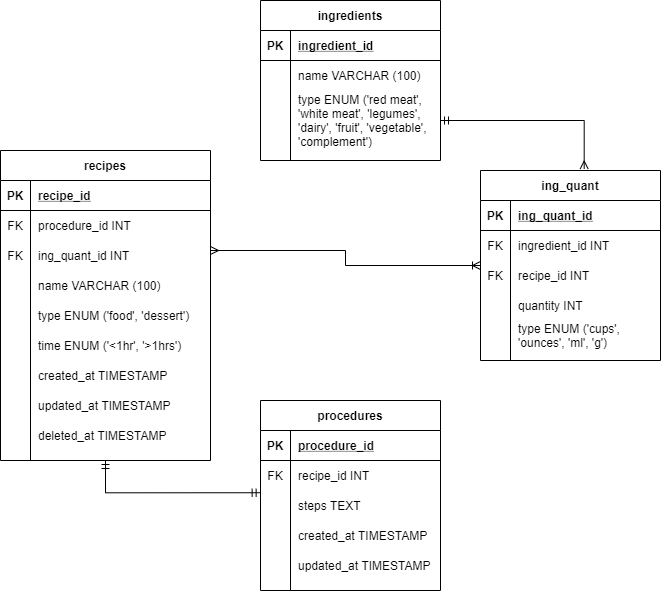
Earlier version of the draw.io export cookipies.png (Integradora-bis/Diagram). Source tidied: cells renumbered, new cells last; positions are measured from the earlier drawing's top-left corner, leaving out a move shared by most shapes.
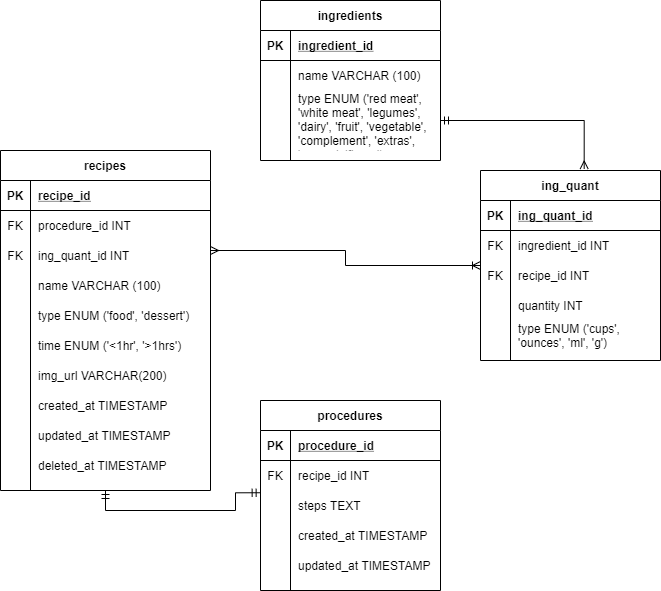
The same diagram one commit later.

Change to the diagram source:
```diff
@@ -59,7 +59,7 @@
       <mxGeometry relative="1" as="geometry" />
     </mxCell>
     <mxCell id="20" value="recipes" style="shape=table;startSize=30;rowLines=0;fontStyle=1;align=center;" parent="1" vertex="1">
-      <mxGeometry y="150" width="210" height="310" as="geometry" />
+      <mxGeometry y="150" width="210" height="340" as="geometry" />
     </mxCell>
     <mxCell id="21" style="shape=partialRectangle;fillColor=none;top=0;left=0;bottom=1;right=0;" parent="20" vertex="1">
       <mxGeometry y="30" width="210" height="30" as="geometry" />
@@ -115,8 +115,17 @@
     <mxCell id="38" value="time ENUM ('&lt;1hr', '&gt;1hrs')" style="shape=partialRectangle;fillColor=none;top=0;left=0;bottom=0;right=0;align=left;spacingLeft=6;overflow=hidden;" parent="36" vertex="1">
       <mxGeometry x="30" width="180" height="30" as="geometry" />
     </mxCell>
+    <mxCell id="75" style="shape=partialRectangle;fillColor=none;top=0;left=0;bottom=0;right=0;" parent="20" vertex="1">
+      <mxGeometry y="210" width="210" height="30" as="geometry" />
+    </mxCell>
+    <mxCell id="76" style="shape=partialRectangle;fillColor=none;top=0;left=0;bottom=0;right=0;overflow=hidden;" parent="75" vertex="1">
+      <mxGeometry width="30" height="30" as="geometry" />
+    </mxCell>
+    <mxCell id="77" value="img_url VARCHAR(200)" style="shape=partialRectangle;fillColor=none;top=0;left=0;bottom=0;right=0;align=left;spacingLeft=6;overflow=hidden;" parent="75" vertex="1">
+      <mxGeometry x="30" width="180" height="30" as="geometry" />
+    </mxCell>
     <mxCell id="39" style="shape=partialRectangle;fillColor=none;top=0;left=0;bottom=0;right=0;" parent="20" vertex="1">
-      <mxGeometry y="210" width="210" height="30" as="geometry" />
+      <mxGeometry y="240" width="210" height="30" as="geometry" />
     </mxCell>
     <mxCell id="40" style="shape=partialRectangle;fillColor=none;top=0;left=0;bottom=0;right=0;overflow=hidden;" parent="39" vertex="1">
       <mxGeometry width="30" height="30" as="geometry" />
@@ -125,7 +134,7 @@
       <mxGeometry x="30" width="180" height="30" as="geometry" />
     </mxCell>
     <mxCell id="42" style="shape=partialRectangle;fillColor=none;top=0;left=0;bottom=0;right=0;" parent="20" vertex="1">
-      <mxGeometry y="240" width="210" height="30" as="geometry" />
+      <mxGeometry y="270" width="210" height="30" as="geometry" />
     </mxCell>
     <mxCell id="43" style="shape=partialRectangle;fillColor=none;top=0;left=0;bottom=0;right=0;overflow=hidden;" parent="42" vertex="1">
       <mxGeometry width="30" height="30" as="geometry" />
@@ -134,7 +143,7 @@
       <mxGeometry x="30" width="180" height="30" as="geometry" />
     </mxCell>
     <mxCell id="45" style="shape=partialRectangle;fillColor=none;top=0;left=0;bottom=0;right=0;" parent="20" vertex="1">
-      <mxGeometry y="270" width="210" height="30" as="geometry" />
+      <mxGeometry y="300" width="210" height="30" as="geometry" />
     </mxCell>
     <mxCell id="46" style="shape=partialRectangle;fillColor=none;top=0;left=0;bottom=0;right=0;overflow=hidden;" parent="45" vertex="1">
       <mxGeometry width="30" height="30" as="geometry" />
@@ -169,7 +178,7 @@
     <mxCell id="56" style="shape=partialRectangle;fillColor=none;top=0;left=0;bottom=0;right=0;overflow=hidden;" parent="55" vertex="1">
       <mxGeometry width="30" height="60" as="geometry" />
     </mxCell>
-    <mxCell id="57" value="type ENUM ('red meat', &#10;'white meat', 'legumes', &#10;'dairy', 'fruit', 'vegetable', &#10;'complement')" style="shape=partialRectangle;fillColor=none;top=0;left=0;bottom=0;right=0;align=left;spacingLeft=6;overflow=hidden;" parent="55" vertex="1">
+    <mxCell id="57" value="type ENUM ('red meat', &#10;'white meat', 'legumes', &#10;'dairy', 'fruit', 'vegetable', &#10;'complement', 'extras', &#10;'sugars', 'flours')" style="shape=partialRectangle;fillColor=none;top=0;left=0;bottom=0;right=0;align=left;spacingLeft=6;overflow=hidden;" parent="55" vertex="1">
       <mxGeometry x="30" width="150" height="60" as="geometry" />
     </mxCell>
     <mxCell id="58" style="edgeStyle=orthogonalEdgeStyle;rounded=0;jettySize=auto;html=1;entryX=0.576;entryY=-0.008;entryDx=0;entryDy=0;entryPerimeter=0;startArrow=ERmandOne;startFill=0;endArrow=ERmany;endFill=0;" parent="1" edge="1" source="55" target="3">
```
